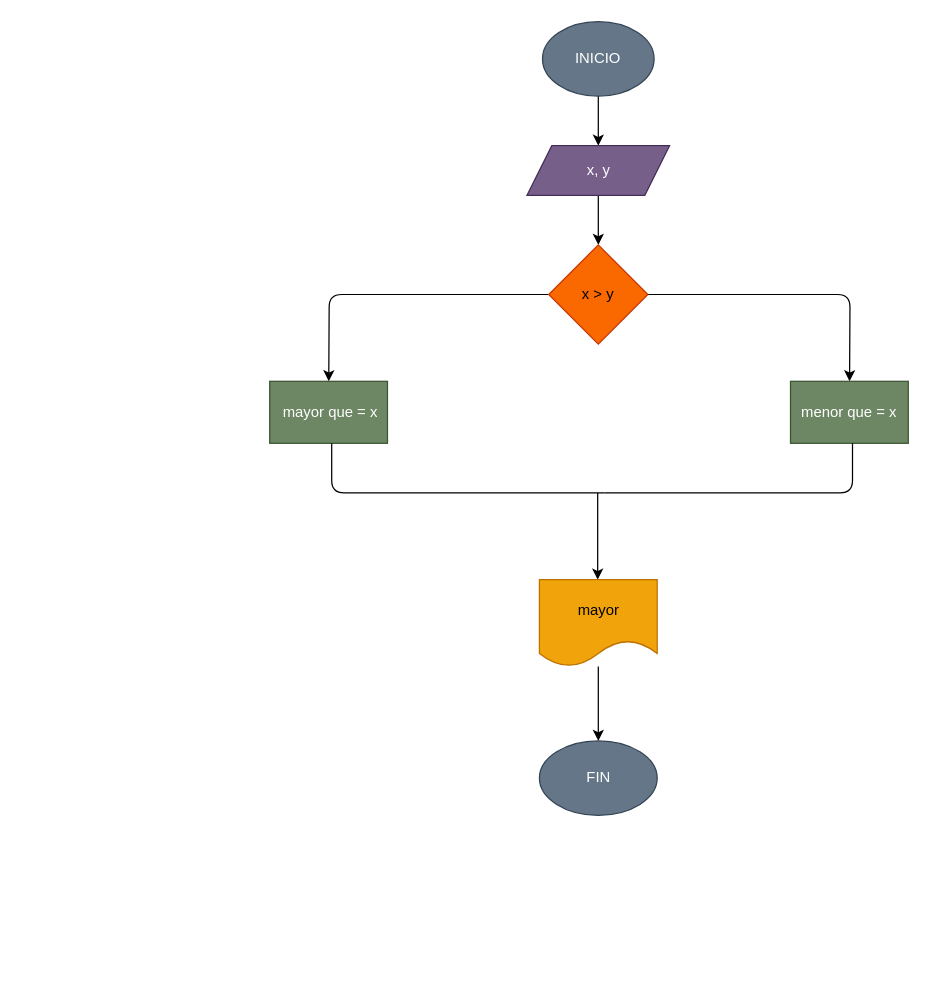
Earlier version of the draw.io diagram diagrama.drawio (fsadriann/mayor_2enteros). Source tidied: cells renumbered, new cells numbered last; positions are measured from the earlier drawing's top-left corner, leaving out a move shared by most shapes. Both pictures are drawn from the tidied source at 124%, with x=0, y=0 at pixel (269, 21).
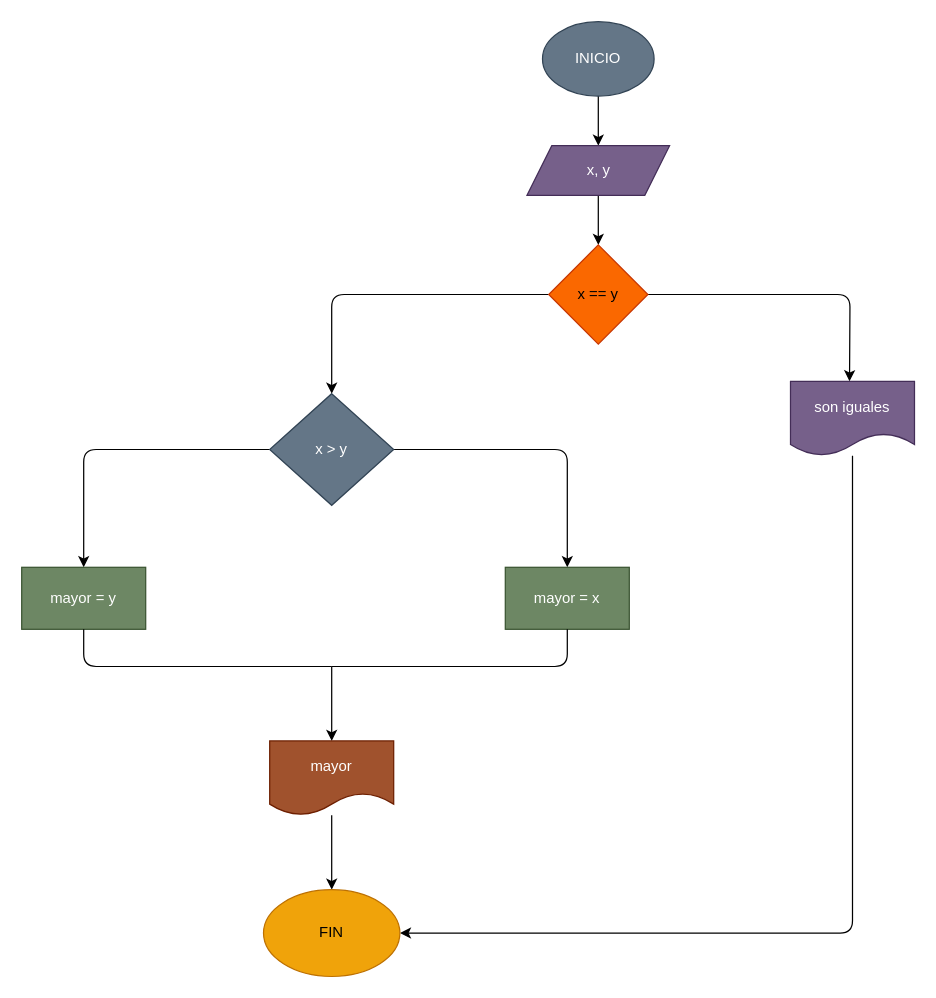
The same diagram, later.

Commit message (it also covers changes not shown here):
Se creó el código del programa en python, se creó y se añadió el diagrama de flujo al README

Change to the diagram source:
```diff
@@
-    <mxCell id="6" style="edgeStyle=none;html=1;exitX=1;exitY=0.5;exitDx=0;exitDy=0;" parent="1" edge="1" source="8" target="9">
+    <mxCell id="6" style="edgeStyle=none;html=1;exitX=1;exitY=0.5;exitDx=0;exitDy=0;" parent="1" edge="1" source="8">
       <mxGeometry relative="1" as="geometry">
+        <mxPoint x="467.6" y="290" as="targetPoint" />
         <Array as="points">
           <mxPoint x="468" y="220" />
         </Array>
       </mxGeometry>
     </mxCell>
-    <mxCell id="7" style="edgeStyle=none;html=1;" parent="1" edge="1" source="8" target="10">
+    <mxCell id="7" style="edgeStyle=none;html=1;entryX=0.5;entryY=0;entryDx=0;entryDy=0;" parent="1" edge="1" source="8" target="19">
       <mxGeometry relative="1" as="geometry">
         <Array as="points">
-          <mxPoint x="48" y="220" />
+          <mxPoint x="50" y="220" />
         </Array>
       </mxGeometry>
     </mxCell>
-    <mxCell id="8" value="x &amp;gt; y" style="rhombus;whiteSpace=wrap;html=1;fillColor=#fa6800;fontColor=#000000;strokeColor=#C73500;" parent="1" vertex="1">
+    <mxCell id="8" value="x == y" style="rhombus;whiteSpace=wrap;html=1;fillColor=#fa6800;fontColor=#000000;strokeColor=#C73500;" parent="1" vertex="1">
       <mxGeometry x="225" y="180" width="80" height="80" as="geometry" />
     </mxCell>
-    <mxCell id="9" value="menor que = x" style="whiteSpace=wrap;html=1;fillColor=#6d8764;fontColor=#ffffff;strokeColor=#3A5431;" parent="1" vertex="1">
-      <mxGeometry x="420" y="290" width="95" height="50" as="geometry" />
-    </mxCell>
-    <mxCell id="10" value="&amp;nbsp;mayor que = x" style="whiteSpace=wrap;html=1;fillColor=#6d8764;fontColor=#ffffff;strokeColor=#3A5431;" parent="1" vertex="1">
-      <mxGeometry y="290" width="95" height="50" as="geometry" />
-    </mxCell>
-    <mxCell id="11" style="endArrow=none;html=1;" parent="1" edge="1">
-      <mxGeometry relative="1" as="geometry">
-        <mxPoint x="270" y="380" as="sourcePoint" />
-        <mxPoint x="50" y="340" as="targetPoint" />
-        <Array as="points">
-          <mxPoint x="50" y="380" />
-        </Array>
-      </mxGeometry>
-    </mxCell>
-    <mxCell id="12" style="endArrow=none;html=1;" parent="1" edge="1">
-      <mxGeometry relative="1" as="geometry">
-        <mxPoint x="270" y="380" as="sourcePoint" />
-        <mxPoint x="470" y="340" as="targetPoint" />
-        <Array as="points">
-          <mxPoint x="470" y="380" />
-        </Array>
-      </mxGeometry>
-    </mxCell>
-    <mxCell id="13" style="endArrow=classic;html=1;" parent="1" edge="1">
-      <mxGeometry relative="1" as="geometry">
-        <mxPoint x="264.5" y="380" as="sourcePoint" />
-        <mxPoint x="264.5" y="450" as="targetPoint" />
-      </mxGeometry>
-    </mxCell>
-    <mxCell id="14" style="edgeStyle=none;html=1;" parent="1" edge="1" source="15">
-      <mxGeometry relative="1" as="geometry">
-        <mxPoint x="265" y="580" as="targetPoint" />
-      </mxGeometry>
-    </mxCell>
+    <mxCell id="17" style="edgeStyle=none;html=1;" parent="1" edge="1" source="19" target="20">
+      <mxGeometry relative="1" as="geometry">
+        <Array as="points">
+          <mxPoint x="-150" y="345" />
+        </Array>
+      </mxGeometry>
+    </mxCell>
+    <mxCell id="18" style="edgeStyle=none;html=1;" parent="1" edge="1" source="19" target="21">
+      <mxGeometry relative="1" as="geometry">
+        <Array as="points">
+          <mxPoint x="240" y="345" />
+        </Array>
+      </mxGeometry>
+    </mxCell>
+    <mxCell id="19" value="x &amp;gt; y" style="rhombus;whiteSpace=wrap;html=1;fillColor=#647687;fontColor=#ffffff;strokeColor=#314354;" parent="1" vertex="1">
+      <mxGeometry y="300" width="100" height="90" as="geometry" />
+    </mxCell>
+    <mxCell id="20" value="mayor = y" style="whiteSpace=wrap;html=1;fillColor=#6d8764;fontColor=#ffffff;strokeColor=#3A5431;" parent="1" vertex="1">
+      <mxGeometry x="-200" y="440" width="100" height="50" as="geometry" />
+    </mxCell>
+    <mxCell id="21" value="mayor = x" style="whiteSpace=wrap;html=1;fillColor=#6d8764;fontColor=#ffffff;strokeColor=#3A5431;" parent="1" vertex="1">
+      <mxGeometry x="190" y="440" width="100" height="50" as="geometry" />
+    </mxCell>
+    <mxCell id="22" style="endArrow=none;html=1;" parent="1" edge="1">
+      <mxGeometry relative="1" as="geometry">
+        <mxPoint x="50" y="520" as="sourcePoint" />
+        <mxPoint x="-150" y="490" as="targetPoint" />
+        <Array as="points">
+          <mxPoint x="-150" y="520" />
+        </Array>
+      </mxGeometry>
+    </mxCell>
+    <mxCell id="23" style="endArrow=none;html=1;" parent="1" edge="1">
+      <mxGeometry relative="1" as="geometry">
+        <mxPoint x="50" y="520" as="sourcePoint" />
+        <mxPoint x="240" y="490" as="targetPoint" />
+        <Array as="points">
+          <mxPoint x="240" y="520" />
+        </Array>
+      </mxGeometry>
+    </mxCell>
+    <mxCell id="24" style="endArrow=classic;html=1;" parent="1" edge="1">
+      <mxGeometry relative="1" as="geometry">
+        <mxPoint x="50" y="520" as="sourcePoint" />
+        <mxPoint x="50" y="580" as="targetPoint" />
+      </mxGeometry>
+    </mxCell>
+    <mxCell id="25" style="edgeStyle=none;html=1;" parent="1" edge="1" source="15" target="16">
+      <mxGeometry relative="1" as="geometry" />
+    </mxCell>
-    <mxCell id="15" value="mayor" style="shape=document;whiteSpace=wrap;html=1;boundedLbl=1;fillColor=#f0a30a;fontColor=#000000;strokeColor=#BD7000;" parent="1" vertex="1">
-      <mxGeometry x="217.5" y="450" width="95" height="70" as="geometry" />
+    <mxCell id="15" value="mayor" style="shape=document;whiteSpace=wrap;html=1;boundedLbl=1;fillColor=#a0522d;fontColor=#ffffff;strokeColor=#6D1F00;" parent="1" vertex="1">
+      <mxGeometry y="580" width="100" height="60" as="geometry" />
     </mxCell>
+    <mxCell id="26" style="edgeStyle=none;html=1;entryX=1;entryY=0.5;entryDx=0;entryDy=0;" parent="1" edge="1" source="27" target="16">
+      <mxGeometry relative="1" as="geometry">
+        <Array as="points">
+          <mxPoint x="470" y="735" />
+        </Array>
+      </mxGeometry>
+    </mxCell>
+    <mxCell id="27" value="son iguales" style="shape=document;whiteSpace=wrap;html=1;boundedLbl=1;fillColor=#76608a;fontColor=#ffffff;strokeColor=#432D57;" parent="1" vertex="1">
+      <mxGeometry x="420" y="290" width="100" height="60" as="geometry" />
+    </mxCell>
-    <mxCell id="16" value="FIN" style="ellipse;whiteSpace=wrap;html=1;fillColor=#647687;fontColor=#ffffff;strokeColor=#314354;" parent="1" vertex="1">
-      <mxGeometry x="217.5" y="580" width="95" height="60" as="geometry" />
+    <mxCell id="16" value="FIN" style="ellipse;whiteSpace=wrap;html=1;fillColor=#f0a30a;fontColor=#000000;strokeColor=#BD7000;" parent="1" vertex="1">
+      <mxGeometry x="-5" y="700" width="110" height="70" as="geometry" />
     </mxCell>
```
